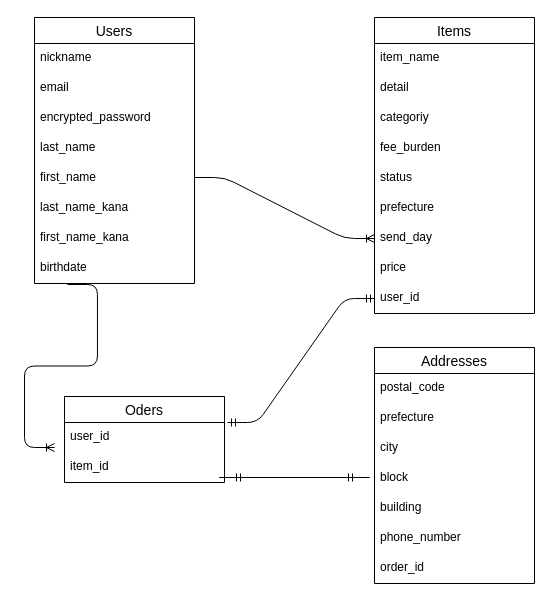
Before: ER.dio in yknkhrhr/furima-39898, a draw.io diagram. Source tidied: cells renumbered, new cells numbered last; positions are measured from the earlier drawing's top-left corner, leaving out a move shared by most shapes. Both pictures are drawn from the tidied source at 100%, with x=0, y=0 at pixel (34, 17).
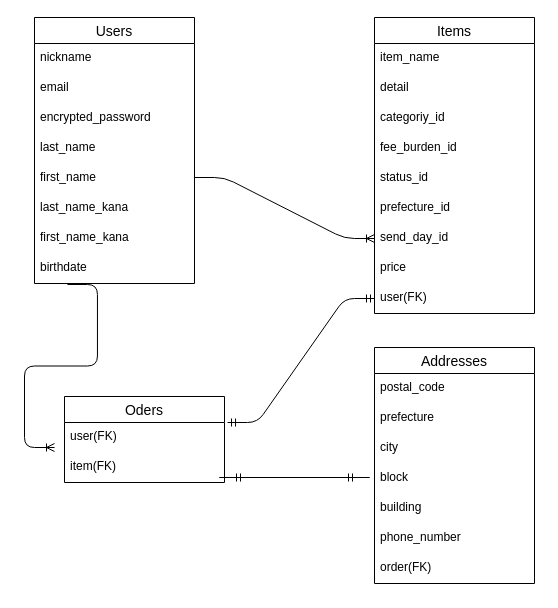
The same page after the edit.

The change refers to these unchanged cells:
```xml
<mxCell id="2" value="Items" style="swimlane;fontStyle=0;horizontal=1;startSize=26;align=center;fontSize=14;" parent="1" vertex="1">
  <mxGeometry x="340" width="160" height="296" as="geometry" />
</mxCell>
<mxCell id="12" value="Oders" style="swimlane;fontStyle=0;horizontal=1;startSize=26;align=center;fontSize=14;" parent="1" vertex="1">
  <mxGeometry x="30" y="379" width="160" height="86" as="geometry" />
</mxCell>
<mxCell id="15" value="Addresses" style="swimlane;fontStyle=0;horizontal=1;startSize=26;align=center;fontSize=14;" parent="1" vertex="1">
  <mxGeometry x="340" y="330" width="160" height="236" as="geometry" />
</mxCell>
```

The edit, as a diff of the source:
```diff
@@
-    <mxCell id="5" value="categoriy" style="text;strokeColor=none;fillColor=none;spacingLeft=4;spacingRight=4;overflow=hidden;fontSize=12;shadow=1;" parent="2" vertex="1">
+    <mxCell id="5" value="categoriy_id" style="text;strokeColor=none;fillColor=none;spacingLeft=4;spacingRight=4;overflow=hidden;fontSize=12;shadow=1;" parent="2" vertex="1">
       <mxGeometry y="86" width="160" height="30" as="geometry" />
     </mxCell>
-    <mxCell id="6" value="fee_burden" style="text;strokeColor=none;fillColor=none;spacingLeft=4;spacingRight=4;overflow=hidden;fontSize=12;" parent="2" vertex="1">
+    <mxCell id="6" value="fee_burden_id" style="text;strokeColor=none;fillColor=none;spacingLeft=4;spacingRight=4;overflow=hidden;fontSize=12;" parent="2" vertex="1">
       <mxGeometry y="116" width="160" height="30" as="geometry" />
     </mxCell>
-    <mxCell id="7" value="status" style="text;strokeColor=none;fillColor=none;spacingLeft=4;spacingRight=4;overflow=hidden;fontSize=12;shadow=1;" parent="2" vertex="1">
+    <mxCell id="7" value="status_id" style="text;strokeColor=none;fillColor=none;spacingLeft=4;spacingRight=4;overflow=hidden;fontSize=12;shadow=1;" parent="2" vertex="1">
       <mxGeometry y="146" width="160" height="30" as="geometry" />
     </mxCell>
-    <mxCell id="8" value="prefecture" style="text;strokeColor=none;fillColor=none;spacingLeft=4;spacingRight=4;overflow=hidden;points=[[0,0.5],[1,0.5]];portConstraint=eastwest;fontSize=12;shadow=1;" parent="2" vertex="1">
+    <mxCell id="8" value="prefecture_id" style="text;strokeColor=none;fillColor=none;spacingLeft=4;spacingRight=4;overflow=hidden;points=[[0,0.5],[1,0.5]];portConstraint=eastwest;fontSize=12;shadow=1;" parent="2" vertex="1">
       <mxGeometry y="176" width="160" height="30" as="geometry" />
     </mxCell>
-    <mxCell id="9" value="send_day" style="text;strokeColor=none;fillColor=none;spacingLeft=4;spacingRight=4;overflow=hidden;points=[[0,0.5],[1,0.5]];portConstraint=eastwest;fontSize=12;whiteSpace=wrap;" parent="2" vertex="1">
+    <mxCell id="9" value="send_day_id" style="text;strokeColor=none;fillColor=none;spacingLeft=4;spacingRight=4;overflow=hidden;points=[[0,0.5],[1,0.5]];portConstraint=eastwest;fontSize=12;whiteSpace=wrap;" parent="2" vertex="1">
       <mxGeometry y="206" width="160" height="30" as="geometry" />
     </mxCell>
@@
-    <mxCell id="11" value="user_id" style="text;strokeColor=none;fillColor=none;spacingLeft=4;spacingRight=4;overflow=hidden;points=[[0,0.5],[1,0.5]];portConstraint=eastwest;fontSize=12;" parent="2" vertex="1">
+    <mxCell id="11" value="user(FK)" style="text;strokeColor=none;fillColor=none;spacingLeft=4;spacingRight=4;overflow=hidden;points=[[0,0.5],[1,0.5]];portConstraint=eastwest;fontSize=12;" parent="2" vertex="1">
       <mxGeometry y="266" width="160" height="30" as="geometry" />
     </mxCell>
@@
-    <mxCell id="13" value="user_id" style="text;strokeColor=none;fillColor=none;spacingLeft=4;spacingRight=4;overflow=hidden;points=[[0,0.5],[1,0.5]];portConstraint=eastwest;fontSize=12;shadow=1;" parent="12" vertex="1">
+    <mxCell id="13" value="user(FK)" style="text;strokeColor=none;fillColor=none;spacingLeft=4;spacingRight=4;overflow=hidden;points=[[0,0.5],[1,0.5]];portConstraint=eastwest;fontSize=12;shadow=1;" parent="12" vertex="1">
       <mxGeometry y="26" width="160" height="30" as="geometry" />
     </mxCell>
-    <mxCell id="14" value="item_id" style="text;strokeColor=none;fillColor=none;spacingLeft=4;spacingRight=4;overflow=hidden;fontSize=12;" parent="12" vertex="1">
+    <mxCell id="14" value="item(FK)" style="text;strokeColor=none;fillColor=none;spacingLeft=4;spacingRight=4;overflow=hidden;fontSize=12;" parent="12" vertex="1">
       <mxGeometry y="56" width="160" height="30" as="geometry" />
     </mxCell>
@@
-    <mxCell id="22" value="order_id" style="text;strokeColor=none;fillColor=none;spacingLeft=4;spacingRight=4;overflow=hidden;fontSize=12;shadow=1;" parent="15" vertex="1">
+    <mxCell id="22" value="order(FK)" style="text;strokeColor=none;fillColor=none;spacingLeft=4;spacingRight=4;overflow=hidden;fontSize=12;shadow=1;" parent="15" vertex="1">
       <mxGeometry y="206" width="160" height="30" as="geometry" />
     </mxCell>
```
